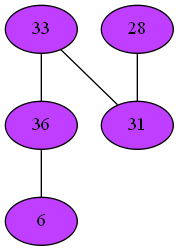
This is Compiler/22phiGraph.png from mbajaj92/Project-Astoria, a Graphviz export, as it was before one commit. Its source is kept beside it as Compiler/22phiGraph.dot. The source it was exported from:
```dot
strict graph {
33[label="33" style=filled fillcolor="darkorchid1"];
33 -- 36
33 -- 31
36[label="36" style=filled fillcolor="darkorchid1"];
36 -- 33
36 -- 6
6[label="6" style=filled fillcolor="darkorchid1"];
6 -- 36
28[label="28" style=filled fillcolor="darkorchid1"];
28 -- 31
31[label="31" style=filled fillcolor="darkorchid1"];
31 -- 33
31 -- 28
}
```
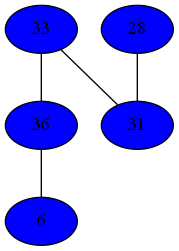
Above is the later version.

Change to the diagram source:
```diff
@@ -1,15 +1,15 @@
 strict graph {
-33[label="33" style=filled fillcolor="darkorchid1"];
+33[label="33" style=filled fillcolor="blue1"];
 33 -- 36
 33 -- 31
-36[label="36" style=filled fillcolor="darkorchid1"];
+36[label="36" style=filled fillcolor="blue1"];
 36 -- 33
 36 -- 6
-6[label="6" style=filled fillcolor="darkorchid1"];
+6[label="6" style=filled fillcolor="blue1"];
 6 -- 36
-28[label="28" style=filled fillcolor="darkorchid1"];
+28[label="28" style=filled fillcolor="blue1"];
 28 -- 31
-31[label="31" style=filled fillcolor="darkorchid1"];
+31[label="31" style=filled fillcolor="blue1"];
 31 -- 33
 31 -- 28
 }
```
